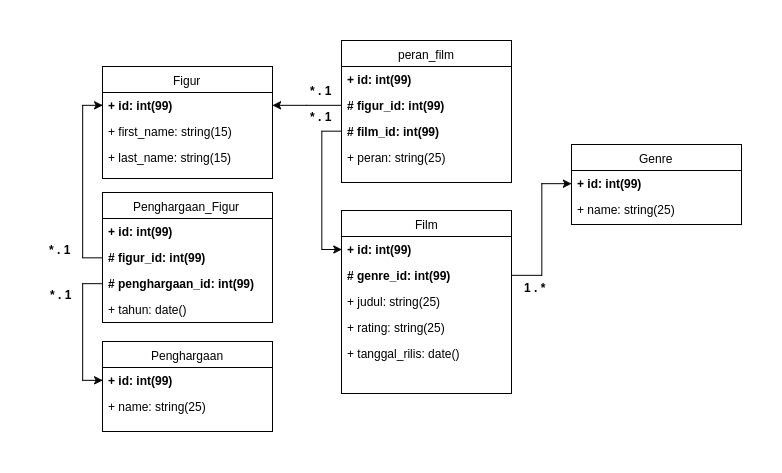
Before: schema_imdb.png, a diagram exported from draw.io (fire-fox-2017/schema-imdb). Source tidied: cells renumbered, new cells last; positions are measured from the earlier drawing's top-left corner, leaving out a move shared by most shapes.
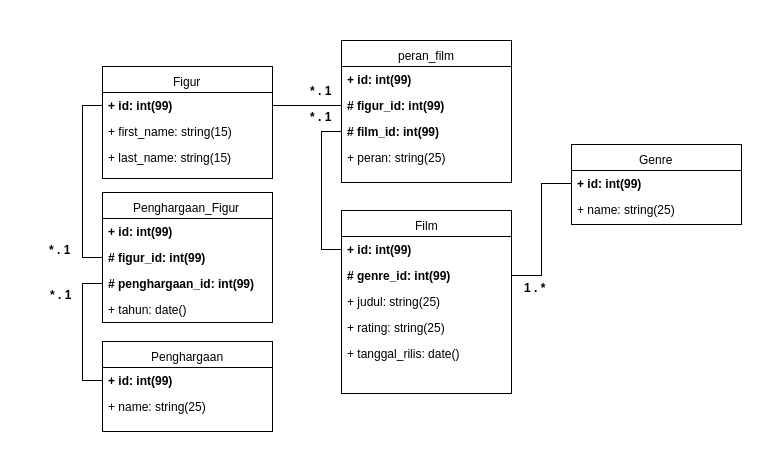
Above is the later version.

What changed in the source:
```diff
@@ -65,13 +65,13 @@
     <mxCell id="22" value="+ name: string(25)" style="text;html=1;strokeColor=none;fillColor=none;align=left;verticalAlign=top;spacingLeft=4;spacingRight=4;whiteSpace=wrap;overflow=hidden;" parent="20" vertex="1">
       <mxGeometry y="52" width="170" height="26" as="geometry" />
     </mxCell>
-    <mxCell id="23" style="edgeStyle=orthogonalEdgeStyle;rounded=0;html=1;exitX=0;exitY=0.5;jettySize=auto;fontSize=12;" parent="1" edge="1" source="8" target="3">
+    <mxCell id="23" style="edgeStyle=orthogonalEdgeStyle;rounded=0;html=1;exitX=0;exitY=0.5;jettySize=auto;fontSize=12;endArrow=none;endFill=0;" parent="1" edge="1" source="8" target="3">
       <mxGeometry relative="1" as="geometry" />
     </mxCell>
-    <mxCell id="24" style="edgeStyle=orthogonalEdgeStyle;rounded=0;html=1;exitX=0;exitY=0.5;entryX=0;entryY=0.5;jettySize=auto;fontSize=12;" parent="1" edge="1" source="9" target="12">
+    <mxCell id="24" style="edgeStyle=orthogonalEdgeStyle;rounded=0;html=1;exitX=0;exitY=0.5;entryX=0;entryY=0.5;jettySize=auto;fontSize=12;endArrow=none;endFill=0;" parent="1" edge="1" source="9" target="12">
       <mxGeometry relative="1" as="geometry" />
     </mxCell>
-    <mxCell id="25" style="edgeStyle=orthogonalEdgeStyle;rounded=0;html=1;exitX=1;exitY=0.5;jettySize=auto;fontSize=12;" parent="1" edge="1" source="13" target="18">
+    <mxCell id="25" style="edgeStyle=orthogonalEdgeStyle;rounded=0;html=1;exitX=1;exitY=0.5;jettySize=auto;fontSize=12;endArrow=none;endFill=0;" parent="1" edge="1" source="13" target="18">
       <mxGeometry relative="1" as="geometry" />
     </mxCell>
     <mxCell id="26" value="Penghargaan_Figur" style="swimlane;html=1;fontStyle=0;horizontal=1;startSize=26;fillColor=none;swimlaneFillColor=#ffffff;fontSize=12;" parent="1" vertex="1">
@@ -89,10 +89,10 @@
     <mxCell id="30" value="+ tahun: date()" style="text;html=1;strokeColor=none;fillColor=none;align=left;verticalAlign=top;spacingLeft=4;spacingRight=4;whiteSpace=wrap;overflow=hidden;" parent="26" vertex="1">
       <mxGeometry y="104" width="170" height="26" as="geometry" />
     </mxCell>
-    <mxCell id="31" style="edgeStyle=orthogonalEdgeStyle;rounded=0;html=1;exitX=0;exitY=0.5;entryX=0;entryY=0.5;jettySize=auto;fontSize=12;" parent="1" edge="1" source="28" target="3">
+    <mxCell id="31" style="edgeStyle=orthogonalEdgeStyle;rounded=0;html=1;exitX=0;exitY=0.5;entryX=0;entryY=0.5;jettySize=auto;fontSize=12;endArrow=none;endFill=0;" parent="1" edge="1" source="28" target="3">
       <mxGeometry relative="1" as="geometry" />
     </mxCell>
-    <mxCell id="32" style="edgeStyle=orthogonalEdgeStyle;rounded=0;html=1;exitX=0;exitY=0.5;entryX=0;entryY=0.5;jettySize=auto;fontSize=12;" parent="1" edge="1" source="29" target="21">
+    <mxCell id="32" style="edgeStyle=orthogonalEdgeStyle;rounded=0;html=1;exitX=0;exitY=0.5;entryX=0;entryY=0.5;jettySize=auto;fontSize=12;endArrow=none;endFill=0;" parent="1" edge="1" source="29" target="21">
       <mxGeometry relative="1" as="geometry" />
     </mxCell>
     <mxCell id="33" value="1 . *" style="text;html=1;align=center;fontStyle=1;verticalAlign=middle;spacingLeft=3;spacingRight=3;strokeColor=none;fontSize=12;" parent="1" vertex="1">
```
